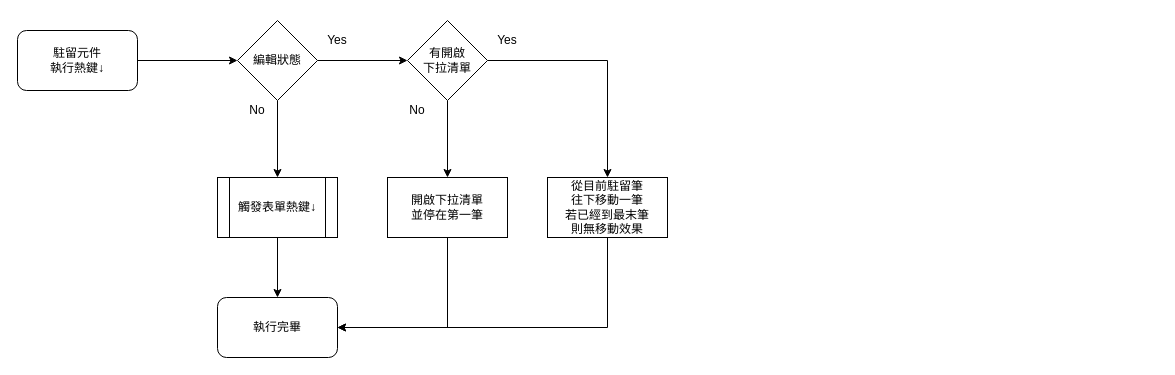
ArcareRD/sadocs keeps this draw.io diagram as page "熱鍵↓" (10 of 15) of 8.10.1/RTE/SYSTEM/FORM/ctrl_dropDownMultiCombo/diagram/可輸入下拉複選元件.drawio. Above is the earlier version. Source tidied: cells renumbered, new cells numbered last; positions are measured from the earlier drawing's top-left corner, leaving out a move shared by most shapes. Both pictures are drawn from the tidied source at 100%, with x=0, y=0 at pixel (17, 20).
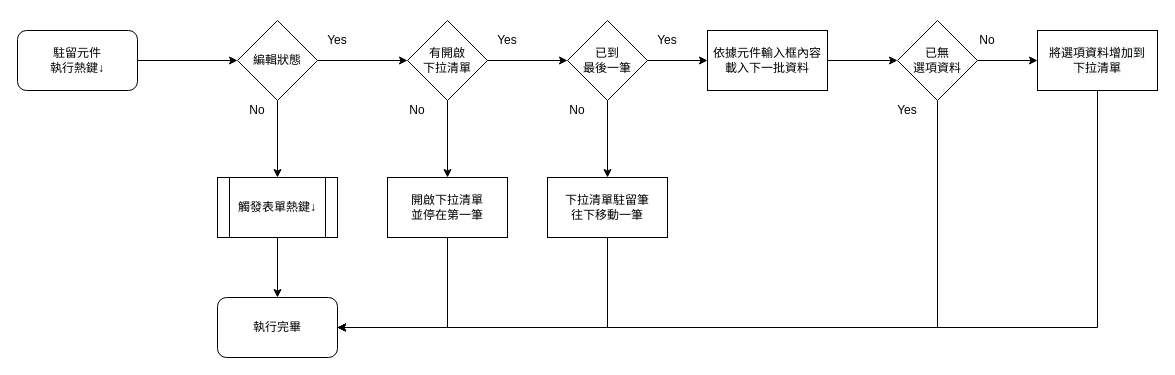
After the change.

The change refers to these unchanged cells:
```xml
<mxCell id="9" value="有開啟&lt;br&gt;下拉清單" style="rhombus;whiteSpace=wrap;html=1;" parent="1" vertex="1">
  <mxGeometry x="390" width="80" height="80" as="geometry" />
</mxCell>
<mxCell id="12" value="執行完畢" style="rounded=1;whiteSpace=wrap;html=1;" parent="1" vertex="1">
  <mxGeometry x="200" y="277" width="120" height="60" as="geometry" />
</mxCell>
```

Change to the diagram source:
```diff
@@
-    <mxCell id="7" style="edgeStyle=orthogonalEdgeStyle;rounded=0;jettySize=auto;html=1;exitX=1;exitY=0.5;exitDx=0;exitDy=0;" parent="1" edge="1" source="9" target="11">
-      <mxGeometry relative="1" as="geometry" />
-    </mxCell>
@@
+    <mxCell id="21" style="edgeStyle=orthogonalEdgeStyle;rounded=0;jettySize=auto;html=1;" parent="1" edge="1" source="9" target="24">
+      <mxGeometry relative="1" as="geometry" />
+    </mxCell>
@@
-    <mxCell id="10" style="edgeStyle=orthogonalEdgeStyle;rounded=0;jettySize=auto;html=1;entryX=1;entryY=0.5;entryDx=0;entryDy=0;exitX=0.5;exitY=1;exitDx=0;exitDy=0;" parent="1" edge="1" source="11" target="12">
-      <mxGeometry relative="1" as="geometry" />
-    </mxCell>
-    <mxCell id="11" value="從目前駐留筆&lt;br&gt;往下移動一筆&lt;br&gt;若已經到最末筆&lt;br&gt;則無移動效果" style="whiteSpace=wrap;html=1;" parent="1" vertex="1">
-      <mxGeometry x="530" y="157" width="120" height="60" as="geometry" />
-    </mxCell>
@@
+    <mxCell id="22" style="edgeStyle=orthogonalEdgeStyle;rounded=0;jettySize=auto;html=1;" parent="1" edge="1" source="24" target="26">
+      <mxGeometry relative="1" as="geometry" />
+    </mxCell>
+    <mxCell id="23" style="edgeStyle=orthogonalEdgeStyle;rounded=0;jettySize=auto;html=1;" parent="1" edge="1" source="24" target="28">
+      <mxGeometry relative="1" as="geometry" />
+    </mxCell>
+    <mxCell id="24" value="已到&lt;br&gt;最後一筆" style="rhombus;whiteSpace=wrap;html=1;" parent="1" vertex="1">
+      <mxGeometry x="550" width="80" height="80" as="geometry" />
+    </mxCell>
+    <mxCell id="25" style="edgeStyle=orthogonalEdgeStyle;rounded=0;jettySize=auto;html=1;entryX=1;entryY=0.5;entryDx=0;entryDy=0;exitX=0.5;exitY=1;exitDx=0;exitDy=0;" parent="1" edge="1" source="26" target="12">
+      <mxGeometry relative="1" as="geometry" />
+    </mxCell>
+    <mxCell id="26" value="下拉清單駐留筆&lt;br&gt;往下移動一筆" style="whiteSpace=wrap;html=1;" parent="1" vertex="1">
+      <mxGeometry x="530" y="157" width="120" height="60" as="geometry" />
+    </mxCell>
+    <mxCell id="27" style="edgeStyle=orthogonalEdgeStyle;rounded=0;jettySize=auto;html=1;" parent="1" edge="1" source="28" target="31">
+      <mxGeometry relative="1" as="geometry" />
+    </mxCell>
+    <mxCell id="28" value="依據元件輸入框內容&lt;br&gt;載入下一批資料" style="whiteSpace=wrap;html=1;" parent="1" vertex="1">
+      <mxGeometry x="690" y="10" width="120" height="60" as="geometry" />
+    </mxCell>
+    <mxCell id="29" style="edgeStyle=orthogonalEdgeStyle;rounded=0;jettySize=auto;html=1;" parent="1" edge="1" source="31" target="33">
+      <mxGeometry relative="1" as="geometry" />
+    </mxCell>
+    <mxCell id="30" style="edgeStyle=orthogonalEdgeStyle;rounded=0;jettySize=auto;html=1;entryX=1;entryY=0.5;entryDx=0;entryDy=0;exitX=0.5;exitY=1;exitDx=0;exitDy=0;" parent="1" edge="1" source="31" target="12">
+      <mxGeometry relative="1" as="geometry" />
+    </mxCell>
+    <mxCell id="31" value="&lt;span&gt;已無&lt;/span&gt;&lt;br&gt;&lt;span&gt;選項資料&lt;/span&gt;" style="rhombus;whiteSpace=wrap;html=1;" parent="1" vertex="1">
+      <mxGeometry x="880" width="80" height="80" as="geometry" />
+    </mxCell>
+    <mxCell id="32" style="edgeStyle=orthogonalEdgeStyle;rounded=0;jettySize=auto;html=1;entryX=1;entryY=0.5;entryDx=0;entryDy=0;exitX=0.5;exitY=1;exitDx=0;exitDy=0;" parent="1" edge="1" source="33" target="12">
+      <mxGeometry relative="1" as="geometry" />
+    </mxCell>
+    <mxCell id="33" value="&#10;&#10;&lt;span style=&quot;color: rgb(0, 0, 0); font-family: helvetica; font-size: 12px; font-style: normal; font-weight: 400; letter-spacing: normal; text-align: center; text-indent: 0px; text-transform: none; word-spacing: 0px; background-color: rgb(248, 249, 250); display: inline; float: none;&quot;&gt;將選項資料增加到&lt;/span&gt;&lt;br style=&quot;color: rgb(0, 0, 0); font-family: helvetica; font-size: 12px; font-style: normal; font-weight: 400; letter-spacing: normal; text-align: center; text-indent: 0px; text-transform: none; word-spacing: 0px; background-color: rgb(248, 249, 250);&quot;&gt;&lt;span style=&quot;color: rgb(0, 0, 0); font-family: helvetica; font-size: 12px; font-style: normal; font-weight: 400; letter-spacing: normal; text-align: center; text-indent: 0px; text-transform: none; word-spacing: 0px; background-color: rgb(248, 249, 250); display: inline; float: none;&quot;&gt;下拉清單&lt;/span&gt;&#10;&#10;" style="whiteSpace=wrap;html=1;" parent="1" vertex="1">
+      <mxGeometry x="1020" y="10" width="120" height="60" as="geometry" />
+    </mxCell>
+    <mxCell id="34" value="Yes" style="text;html=1;strokeColor=none;fillColor=none;align=center;verticalAlign=middle;whiteSpace=wrap;rounded=0;" parent="1" vertex="1">
+      <mxGeometry x="630" y="10" width="40" height="20" as="geometry" />
+    </mxCell>
+    <mxCell id="35" value="No" style="text;html=1;strokeColor=none;fillColor=none;align=center;verticalAlign=middle;whiteSpace=wrap;rounded=0;" parent="1" vertex="1">
+      <mxGeometry x="540" y="80" width="40" height="20" as="geometry" />
+    </mxCell>
+    <mxCell id="36" value="No" style="text;html=1;strokeColor=none;fillColor=none;align=center;verticalAlign=middle;whiteSpace=wrap;rounded=0;" parent="1" vertex="1">
+      <mxGeometry x="950" y="10" width="40" height="20" as="geometry" />
+    </mxCell>
+    <mxCell id="37" value="Yes" style="text;html=1;strokeColor=none;fillColor=none;align=center;verticalAlign=middle;whiteSpace=wrap;rounded=0;" parent="1" vertex="1">
+      <mxGeometry x="870" y="80" width="40" height="20" as="geometry" />
+    </mxCell>
```
